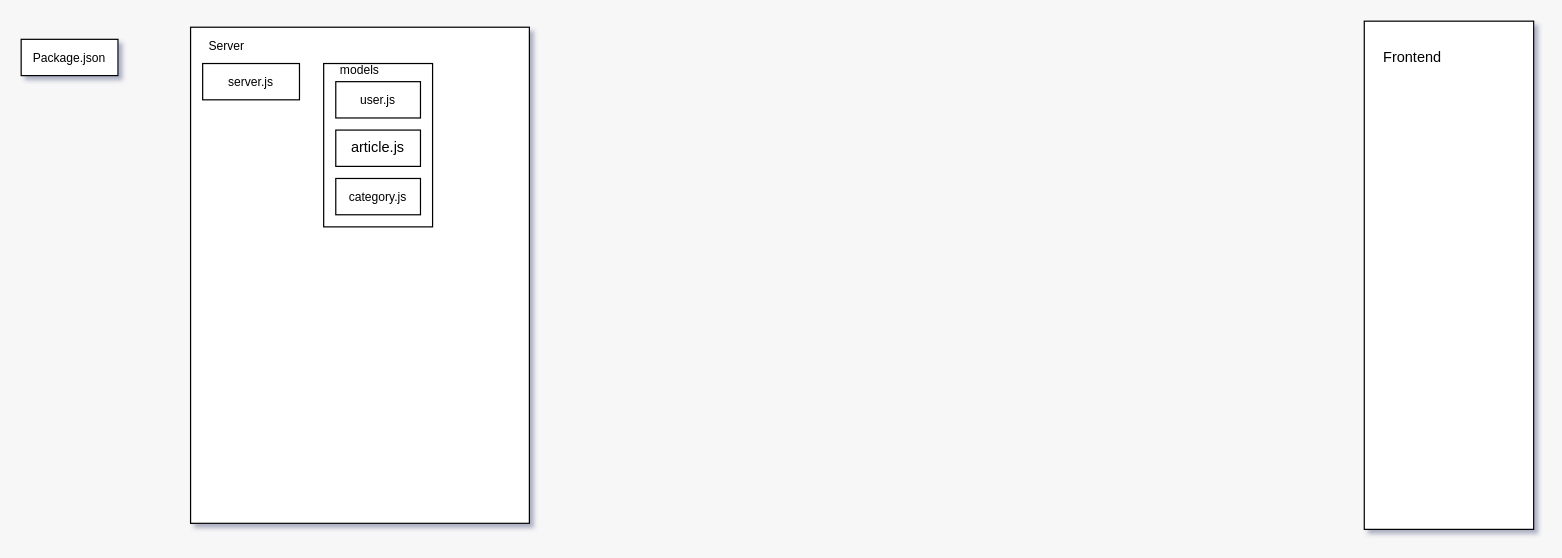
Before: Diagram.drawio in daniel-tsonkov/React-Practice-Project, a draw.io diagram. Source tidied: cells renumbered, new cells numbered last; positions are measured from the earlier drawing's top-left corner, leaving out a move shared by most shapes. Both pictures are drawn from the tidied source at 121%, with x=0, y=0 at pixel (21, 21).
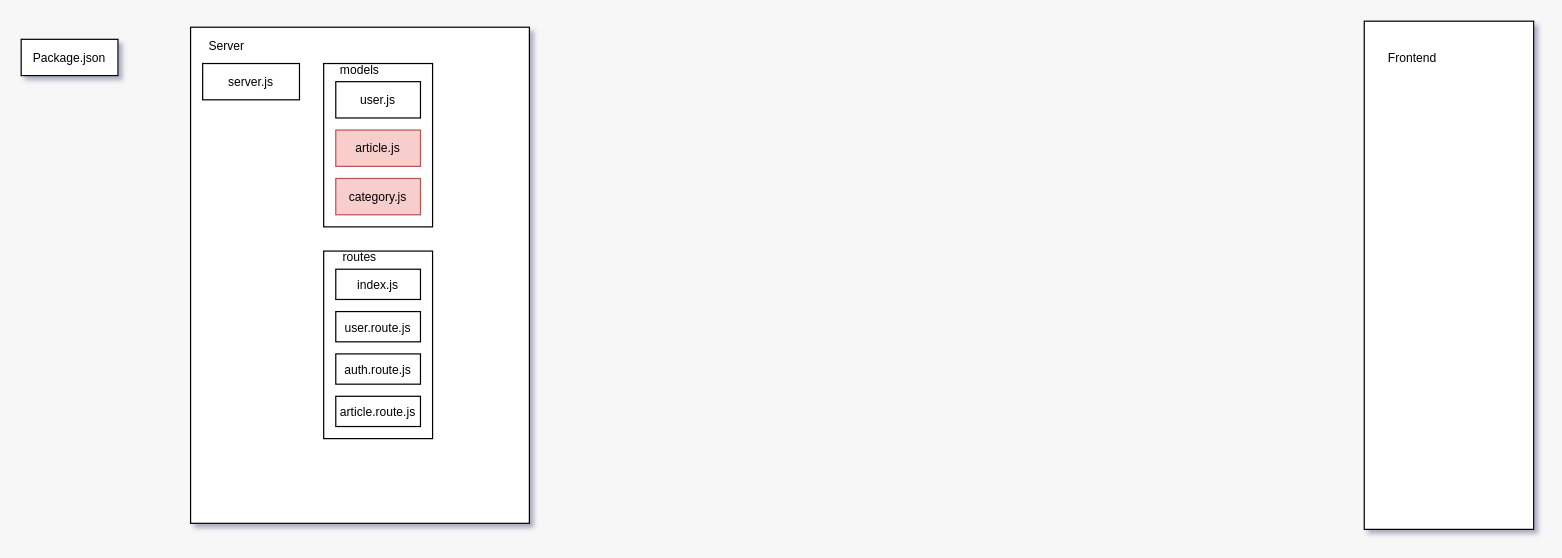
The same page after the edit.

Diff of the diagram source:
```diff
@@
 <mxGraphModel background="#F7F7F7" shadow="1">
   <root>
     <mxCell id="0" />
     <mxCell id="1" parent="0" />
-    <mxCell id="2" value="&lt;font style=&quot;font-size: 10px;&quot;&gt;Package.json&lt;/font&gt;" style="rounded=0;whiteSpace=wrap;html=1;" parent="1" vertex="1">
+    <mxCell id="2" value="&lt;font&gt;Package.json&lt;/font&gt;" style="rounded=0;whiteSpace=wrap;html=1;fontSize=10;" parent="1" vertex="1">
       <mxGeometry y="15" width="80" height="30" as="geometry" />
     </mxCell>
-    <mxCell id="3" style="rounded=0;whiteSpace=wrap;html=1;" parent="1" vertex="1">
+    <mxCell id="3" style="rounded=0;whiteSpace=wrap;html=1;fontSize=10;" parent="1" vertex="1">
       <mxGeometry x="140" y="5" width="280" height="410" as="geometry" />
     </mxCell>
     <mxCell id="4" value="Server" style="text;html=1;align=center;verticalAlign=middle;whiteSpace=wrap;rounded=0;fontSize=10;" parent="1" vertex="1">
       <mxGeometry x="140" y="5" width="60" height="30" as="geometry" />
     </mxCell>
-    <mxCell id="5" style="rounded=0;whiteSpace=wrap;html=1;" parent="1" vertex="1">
+    <mxCell id="5" style="rounded=0;whiteSpace=wrap;html=1;fontSize=10;" parent="1" vertex="1">
       <mxGeometry x="1110" width="140" height="420" as="geometry" />
     </mxCell>
-    <mxCell id="6" value="Frontend" style="text;html=1;align=center;verticalAlign=middle;whiteSpace=wrap;rounded=0;" parent="1" vertex="1">
+    <mxCell id="6" value="Frontend" style="text;html=1;align=center;verticalAlign=middle;whiteSpace=wrap;rounded=0;fontSize=10;" parent="1" vertex="1">
       <mxGeometry x="1120" y="15" width="60" height="30" as="geometry" />
     </mxCell>
     <mxCell id="7" value="server.js" style="rounded=0;whiteSpace=wrap;html=1;fontSize=10;" parent="1" vertex="1">
       <mxGeometry x="150" y="35" width="80" height="30" as="geometry" />
     </mxCell>
-    <mxCell id="8" style="rounded=0;whiteSpace=wrap;html=1;" parent="1" vertex="1">
+    <mxCell id="8" style="rounded=0;whiteSpace=wrap;html=1;fontSize=10;" parent="1" vertex="1">
       <mxGeometry x="250" y="35" width="90" height="135" as="geometry" />
     </mxCell>
     <mxCell id="9" value="models" style="text;html=1;align=center;verticalAlign=middle;whiteSpace=wrap;rounded=0;fontSize=10;" parent="1" vertex="1">
       <mxGeometry x="250" y="25" width="60" height="30" as="geometry" />
     </mxCell>
-    <mxCell id="10" value="&lt;font style=&quot;font-size: 10px;&quot;&gt;user.js&lt;/font&gt;" style="rounded=0;whiteSpace=wrap;html=1;" parent="1" vertex="1">
+    <mxCell id="10" value="&lt;font&gt;user.js&lt;/font&gt;" style="rounded=0;whiteSpace=wrap;html=1;fontSize=10;" parent="1" vertex="1">
       <mxGeometry x="260" y="50" width="70" height="30" as="geometry" />
     </mxCell>
-    <mxCell id="11" value="article.js" style="rounded=0;whiteSpace=wrap;html=1;" parent="1" vertex="1">
+    <mxCell id="11" value="article.js" style="rounded=0;whiteSpace=wrap;html=1;fontSize=10;fillColor=#f8cecc;strokeColor=#b85450;" parent="1" vertex="1">
       <mxGeometry x="260" y="90" width="70" height="30" as="geometry" />
     </mxCell>
-    <mxCell id="12" value="category.js" style="rounded=0;whiteSpace=wrap;html=1;fontSize=10;" parent="1" vertex="1">
+    <mxCell id="12" value="category.js" style="rounded=0;whiteSpace=wrap;html=1;fontSize=10;fillColor=#f8cecc;strokeColor=#b85450;" parent="1" vertex="1">
       <mxGeometry x="260" y="130" width="70" height="30" as="geometry" />
     </mxCell>
+    <mxCell id="13" style="rounded=0;whiteSpace=wrap;html=1;fontSize=10;" parent="1" vertex="1">
+      <mxGeometry x="250" y="190" width="90" height="155" as="geometry" />
+    </mxCell>
+    <mxCell id="14" value="&lt;font&gt;routes&lt;/font&gt;" style="text;html=1;align=center;verticalAlign=middle;whiteSpace=wrap;rounded=0;fontSize=10;" parent="1" vertex="1">
+      <mxGeometry x="250" y="180" width="60" height="30" as="geometry" />
+    </mxCell>
+    <mxCell id="15" value="index.js" style="rounded=0;whiteSpace=wrap;html=1;fontSize=10;" parent="1" vertex="1">
+      <mxGeometry x="260" y="205" width="70" height="25" as="geometry" />
+    </mxCell>
+    <mxCell id="16" value="user.route.js" style="rounded=0;whiteSpace=wrap;html=1;fontSize=10;" parent="1" vertex="1">
+      <mxGeometry x="260" y="240" width="70" height="25" as="geometry" />
+    </mxCell>
+    <mxCell id="17" value="auth.route.js" style="rounded=0;whiteSpace=wrap;html=1;fontSize=10;" parent="1" vertex="1">
+      <mxGeometry x="260" y="275" width="70" height="25" as="geometry" />
+    </mxCell>
+    <mxCell id="18" value="&lt;font style=&quot;font-size: 10px;&quot;&gt;article.route.js&lt;/font&gt;" style="rounded=0;whiteSpace=wrap;html=1;" parent="1" vertex="1">
+      <mxGeometry x="260" y="310" width="70" height="25" as="geometry" />
+    </mxCell>
   </root>
 </mxGraphModel>
```
